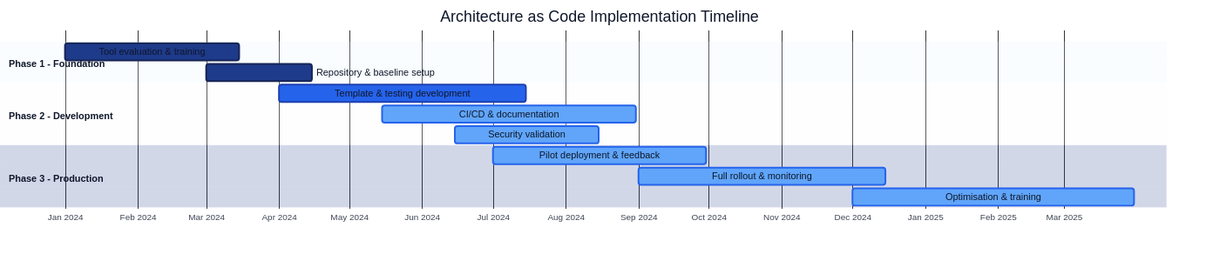
The Mermaid diagram docs/images/diagram_05_gantt_timeline.png in Geonitab/architecture_as_code, before a commit. Its source is kept beside it as docs/images/diagram_05_gantt_timeline.mmd. Source of this version:
```mermaid
%%{init: {'theme':'base', 'themeVariables': {'fontFamily':'Inter, sans-serif','fontSize':'16px','gridColor':'#CBD5E1','todayLineColor':'#DC2626','critBkgColor':'#DC2626','critBorderColor':'#991B1B','sectionBkgColor':'#E0F2FE','altSectionBkgColor':'#F8FAFF','taskBkgColor':'#60A5FA','taskBorderColor':'#2563EB','doneTaskBkgColor':'#1E3A8A','doneTaskBorderColor':'#172554','activeTaskBkgColor':'#2563EB','activeTaskBorderColor':'#1E40AF'}}}%%
gantt
    title Architecture as Code Implementation Timeline
    dateFormat YYYY-MM-DD
    axisFormat %b %Y

    section Phase 1 - Foundation
    Tool evaluation & training           :done, eval, 2024-01-01, 2024-03-15
    Repository & baseline setup          :done, repo, 2024-03-01, 2024-04-15

    section Phase 2 - Development
    Template & testing development       :active, dev, 2024-04-01, 2024-07-15
    CI/CD & documentation                :cicd, 2024-05-15, 2024-08-31
    Security validation                  :security, 2024-06-15, 2024-08-15

    section Phase 3 - Production
    Pilot deployment & feedback          :pilot, 2024-07-01, 2024-09-30
    Full rollout & monitoring            :rollout, 2024-09-01, 2024-12-15
    Optimisation & training              :optimise, 2024-12-01, 2025-03-31
```
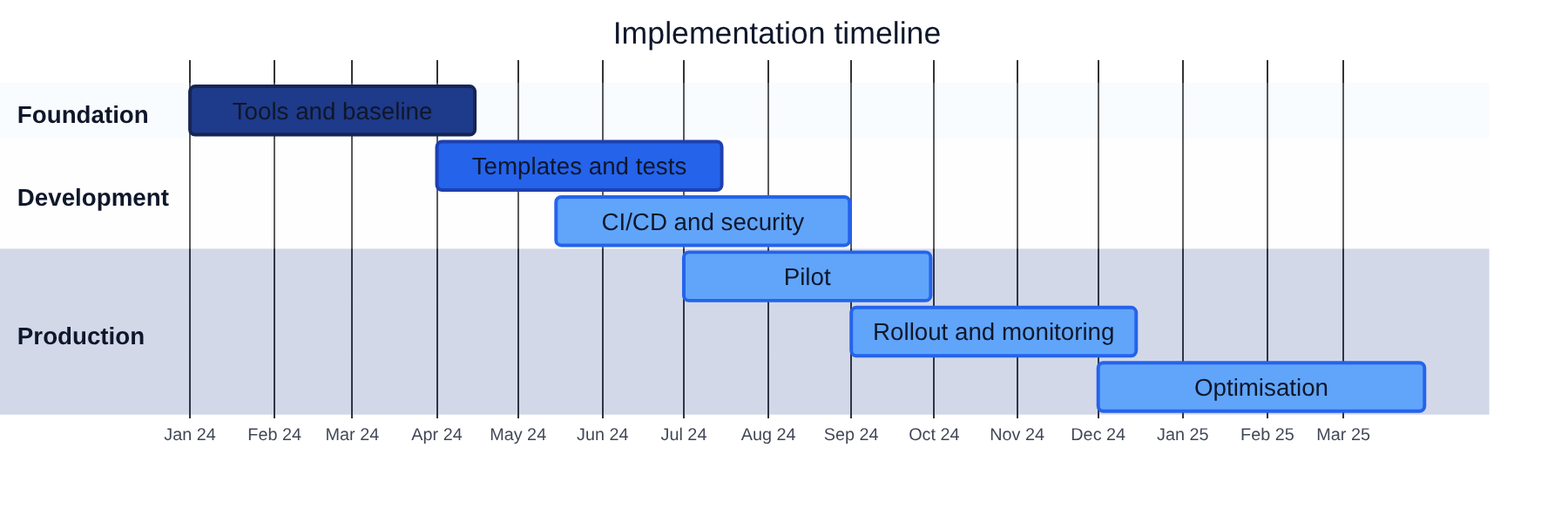
The same file after the commit.

Diff of the diagram source:
```diff
@@ -1,19 +1,17 @@
-%%{init: {'theme':'base', 'themeVariables': {'fontFamily':'Inter, sans-serif','fontSize':'16px','gridColor':'#CBD5E1','todayLineColor':'#DC2626','critBkgColor':'#DC2626','critBorderColor':'#991B1B','sectionBkgColor':'#E0F2FE','altSectionBkgColor':'#F8FAFF','taskBkgColor':'#60A5FA','taskBorderColor':'#2563EB','doneTaskBkgColor':'#1E3A8A','doneTaskBorderColor':'#172554','activeTaskBkgColor':'#2563EB','activeTaskBorderColor':'#1E40AF'}}}%%
+%%{init: {'theme':'base','gantt':{'useWidth':900,'leftPadding':110,'barHeight':28,'fontSize':14,'sectionFontSize':14}, 'themeVariables': {'fontFamily':'Inter, sans-serif','fontSize':'16px','gridColor':'#CBD5E1','todayLineColor':'#DC2626','critBkgColor':'#DC2626','critBorderColor':'#991B1B','sectionBkgColor':'#E0F2FE','altSectionBkgColor':'#F8FAFF','taskBkgColor':'#60A5FA','taskBorderColor':'#2563EB','doneTaskBkgColor':'#1E3A8A','doneTaskBorderColor':'#172554','activeTaskBkgColor':'#2563EB','activeTaskBorderColor':'#1E40AF'}}}%%
 gantt
-    title Architecture as Code Implementation Timeline
+    title Implementation timeline
     dateFormat YYYY-MM-DD
-    axisFormat %b %Y
+    axisFormat %b %y
 
-    section Phase 1 - Foundation
-    Tool evaluation & training           :done, eval, 2024-01-01, 2024-03-15
-    Repository & baseline setup          :done, repo, 2024-03-01, 2024-04-15
+    section Foundation
+    Tools and baseline      :done, eval, 2024-01-01, 2024-04-15
 
-    section Phase 2 - Development
-    Template & testing development       :active, dev, 2024-04-01, 2024-07-15
-    CI/CD & documentation                :cicd, 2024-05-15, 2024-08-31
-    Security validation                  :security, 2024-06-15, 2024-08-15
+    section Development
+    Templates and tests     :active, dev, 2024-04-01, 2024-07-15
+    CI/CD and security      :cicd, 2024-05-15, 2024-08-31
 
-    section Phase 3 - Production
-    Pilot deployment & feedback          :pilot, 2024-07-01, 2024-09-30
-    Full rollout & monitoring            :rollout, 2024-09-01, 2024-12-15
-    Optimisation & training              :optimise, 2024-12-01, 2025-03-31
+    section Production
+    Pilot                   :pilot, 2024-07-01, 2024-09-30
+    Rollout and monitoring  :rollout, 2024-09-01, 2024-12-15
+    Optimisation            :optimise, 2024-12-01, 2025-03-31
```
